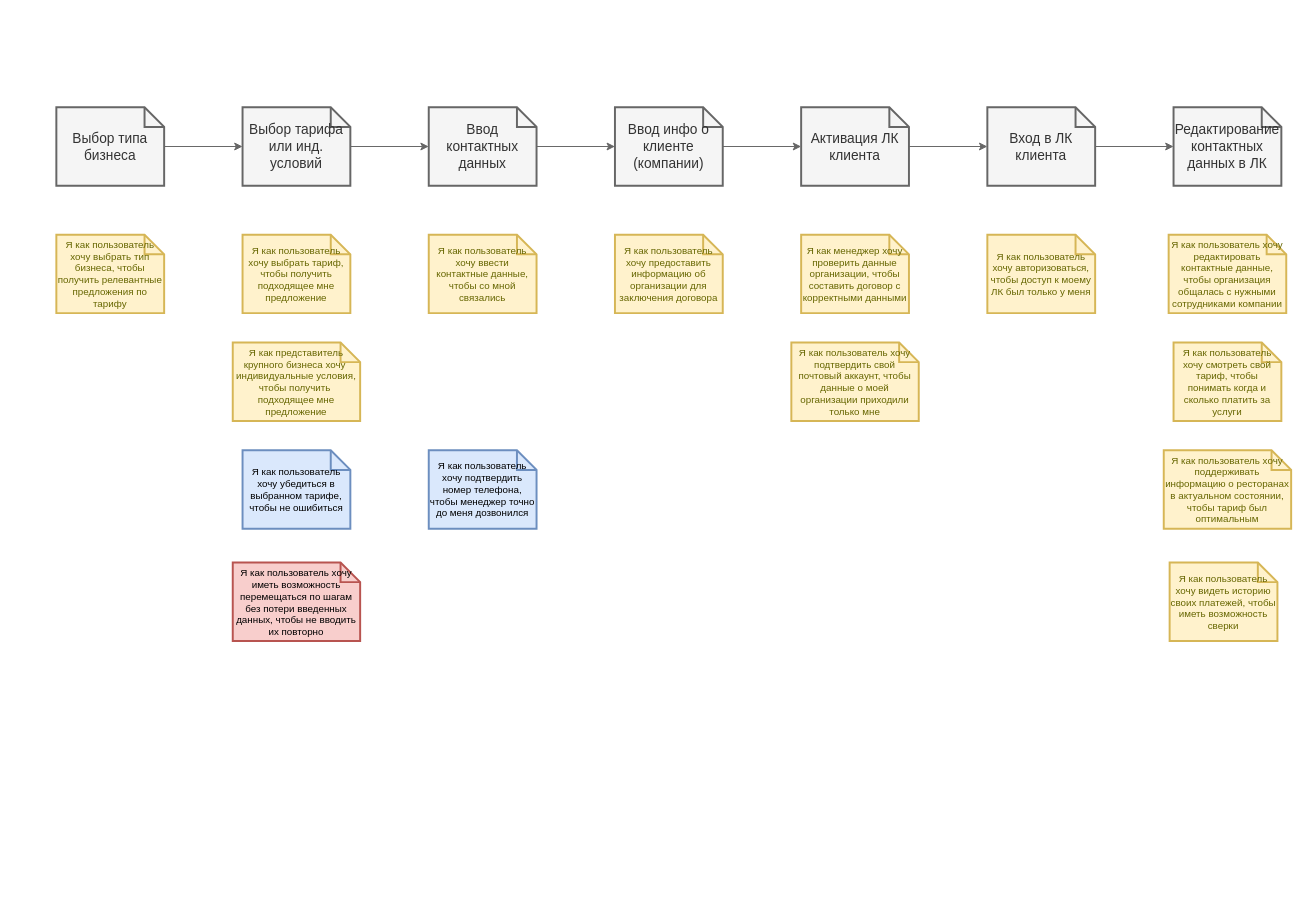
indeec05/course__final keeps this draw.io diagram as src/Untitled Diagram.drawio. Above is the earlier version. Source tidied: cells renumbered, new cells numbered last; positions are measured from the earlier drawing's top-left corner, leaving out a move shared by most shapes. Both pictures are drawn from the tidied source at 98%, with x=0, y=0 at pixel (56, 107).
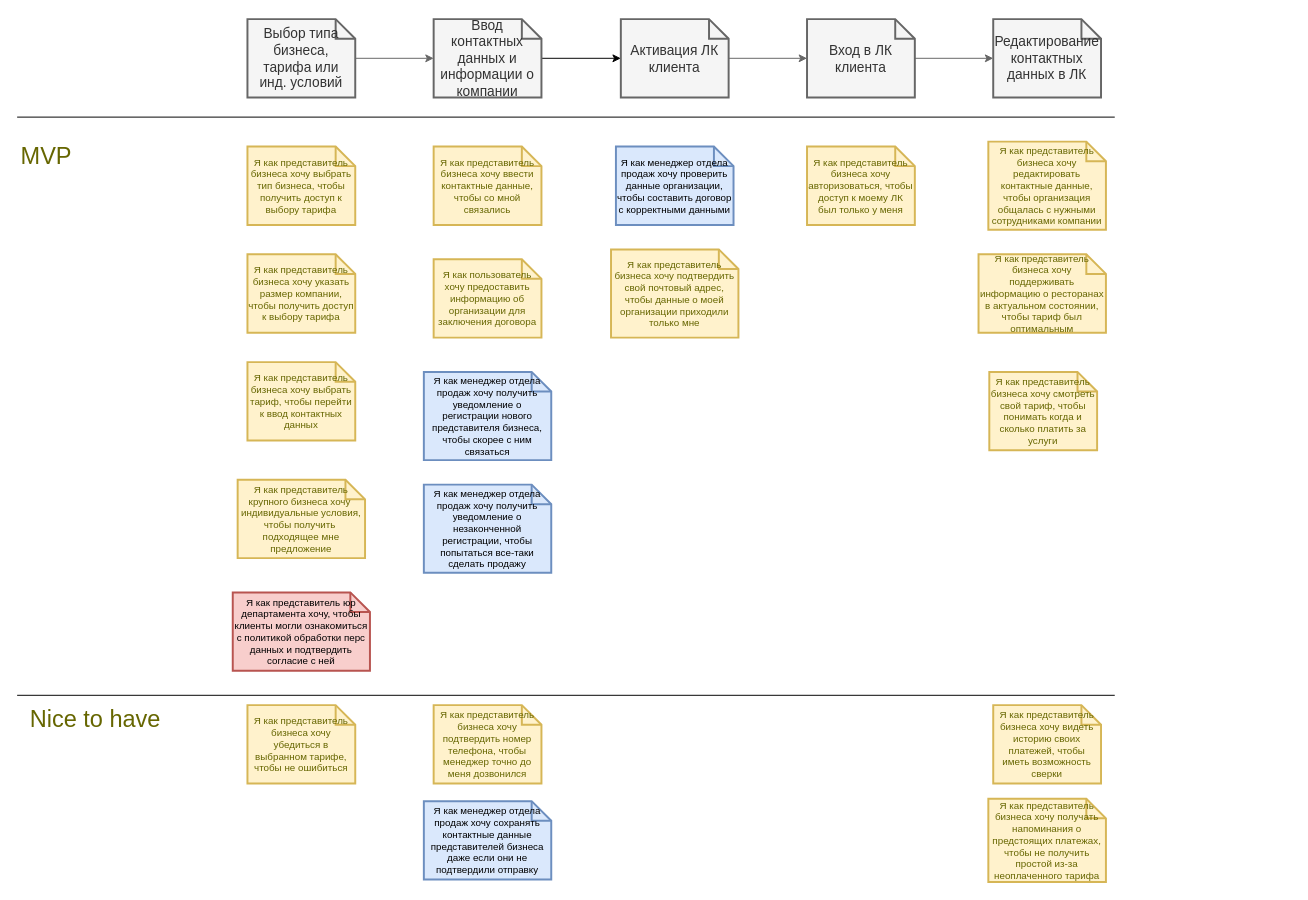
Above is the later version.

What changed in the source:
```diff
@@
-    <mxCell id="2" style="edgeStyle=orthogonalEdgeStyle;rounded=0;jettySize=auto;html=1;fillColor=#f5f5f5;strokeColor=#666666;" parent="1" edge="1" source="3" target="5">
-      <mxGeometry relative="1" as="geometry" />
-    </mxCell>
-    <mxCell id="3" value="Выбор типа бизнеса" style="shape=note;strokeWidth=2;fontSize=14;size=20;whiteSpace=wrap;html=1;fillColor=#f5f5f5;fontColor=#333333;strokeColor=#666666;" parent="1" vertex="1">
-      <mxGeometry width="110" height="80" as="geometry" />
-    </mxCell>
@@
-    <mxCell id="5" value="Выбор тарифа или инд. условий" style="shape=note;strokeWidth=2;fontSize=14;size=20;whiteSpace=wrap;html=1;fillColor=#f5f5f5;fontColor=#333333;strokeColor=#666666;" parent="1" vertex="1">
-      <mxGeometry x="190" width="110" height="80" as="geometry" />
+    <mxCell id="5" value="Выбор типа бизнеса, тарифа или инд. условий" style="shape=note;strokeWidth=2;fontSize=14;size=20;whiteSpace=wrap;html=1;fillColor=#f5f5f5;fontColor=#333333;strokeColor=#666666;" parent="1" vertex="1">
+      <mxGeometry x="195" y="-90" width="110" height="80" as="geometry" />
     </mxCell>
-    <mxCell id="6" style="edgeStyle=orthogonalEdgeStyle;rounded=0;jettySize=auto;html=1;fillColor=#f5f5f5;strokeColor=#666666;" parent="1" edge="1" source="7" target="9">
-      <mxGeometry relative="1" as="geometry" />
-    </mxCell>
+    <mxCell id="30" style="edgeStyle=orthogonalEdgeStyle;rounded=0;jettySize=auto;html=1;entryX=0;entryY=0.5;entryDx=0;entryDy=0;entryPerimeter=0;" parent="1" edge="1" source="7" target="11">
+      <mxGeometry relative="1" as="geometry" />
+    </mxCell>
-    <mxCell id="7" value="Ввод контактных данных" style="shape=note;strokeWidth=2;fontSize=14;size=20;whiteSpace=wrap;html=1;fillColor=#f5f5f5;fontColor=#333333;strokeColor=#666666;" parent="1" vertex="1">
-      <mxGeometry x="380" width="110" height="80" as="geometry" />
+    <mxCell id="7" value="Ввод контактных данных и информации о компании" style="shape=note;strokeWidth=2;fontSize=14;size=20;whiteSpace=wrap;html=1;fillColor=#f5f5f5;fontColor=#333333;strokeColor=#666666;" parent="1" vertex="1">
+      <mxGeometry x="385" y="-90" width="110" height="80" as="geometry" />
     </mxCell>
-    <mxCell id="8" style="edgeStyle=orthogonalEdgeStyle;rounded=0;jettySize=auto;html=1;fillColor=#f5f5f5;strokeColor=#666666;" parent="1" edge="1" source="9" target="11">
-      <mxGeometry relative="1" as="geometry" />
-    </mxCell>
-    <mxCell id="9" value="Ввод инфо о клиенте (компании)" style="shape=note;strokeWidth=2;fontSize=14;size=20;whiteSpace=wrap;html=1;fillColor=#f5f5f5;fontColor=#333333;strokeColor=#666666;" parent="1" vertex="1">
-      <mxGeometry x="570" width="110" height="80" as="geometry" />
-    </mxCell>
@@
     <mxCell id="11" value="Активация ЛК клиента" style="shape=note;strokeWidth=2;fontSize=14;size=20;whiteSpace=wrap;html=1;fillColor=#f5f5f5;fontColor=#333333;strokeColor=#666666;" parent="1" vertex="1">
-      <mxGeometry x="760" width="110" height="80" as="geometry" />
+      <mxGeometry x="576" y="-90" width="110" height="80" as="geometry" />
     </mxCell>
@@
     <mxCell id="13" value="Вход в ЛК клиента" style="shape=note;strokeWidth=2;fontSize=14;size=20;whiteSpace=wrap;html=1;fillColor=#f5f5f5;fontColor=#333333;strokeColor=#666666;" parent="1" vertex="1">
-      <mxGeometry x="950" width="110" height="80" as="geometry" />
+      <mxGeometry x="766" y="-90" width="110" height="80" as="geometry" />
     </mxCell>
     <mxCell id="14" value="Редактирование контактных данных в ЛК" style="shape=note;strokeWidth=2;fontSize=14;size=20;whiteSpace=wrap;html=1;fillColor=#f5f5f5;fontColor=#333333;strokeColor=#666666;" parent="1" vertex="1">
-      <mxGeometry x="1140" width="110" height="80" as="geometry" />
+      <mxGeometry x="956" y="-90" width="110" height="80" as="geometry" />
     </mxCell>
-    <mxCell id="15" value="Я как пользователь хочу выбрать тип бизнеса, чтобы получить релевантные предложения по тарифу" style="shape=note;strokeWidth=2;fontSize=10;size=20;whiteSpace=wrap;html=1;fillColor=#fff2cc;strokeColor=#d6b656;fontColor=#666600;" parent="1" vertex="1">
-      <mxGeometry y="130" width="110" height="80" as="geometry" />
+    <mxCell id="15" value="Я как представитель бизнеса хочу выбрать тип бизнеса, чтобы получить доступ к выбору тарифа" style="shape=note;strokeWidth=2;fontSize=10;size=20;whiteSpace=wrap;html=1;fillColor=#fff2cc;strokeColor=#d6b656;fontColor=#666600;" parent="1" vertex="1">
+      <mxGeometry x="195" y="40" width="110" height="80" as="geometry" />
     </mxCell>
-    <mxCell id="16" value="Я как пользователь хочу выбрать тариф, чтобы получить подходящее мне предложение&lt;br style=&quot;font-size: 10px;&quot;&gt;" style="shape=note;strokeWidth=2;fontSize=10;size=20;whiteSpace=wrap;fillColor=#fff2cc;strokeColor=#d6b656;fontColor=#666600;html=1;" parent="1" vertex="1">
-      <mxGeometry x="190" y="130" width="110" height="80" as="geometry" />
+    <mxCell id="16" value="Я как представитель бизнеса хочу указать размер компании, чтобы получить доступ к выбору тарифа" style="shape=note;strokeWidth=2;fontSize=10;size=20;whiteSpace=wrap;fillColor=#fff2cc;strokeColor=#d6b656;fontColor=#666600;html=1;" parent="1" vertex="1">
+      <mxGeometry x="195" y="150" width="110" height="80" as="geometry" />
     </mxCell>
     <mxCell id="17" value="Я как представитель крупного бизнеса хочу&amp;nbsp; индивидуальные условия, чтобы получить&amp;nbsp; подходящее мне предложение&lt;br style=&quot;font-size: 10px;&quot;&gt;" style="shape=note;strokeWidth=2;fontSize=10;size=20;fillColor=#fff2cc;strokeColor=#d6b656;fontColor=#666600;whiteSpace=wrap;html=1;" parent="1" vertex="1">
-      <mxGeometry x="180" y="240" width="130" height="80" as="geometry" />
+      <mxGeometry x="185" y="380" width="130" height="80" as="geometry" />
     </mxCell>
-    <mxCell id="18" value="Я как пользователь хочу убедиться в выбранном тарифе, чтобы не ошибиться" style="shape=note;strokeWidth=2;fontSize=10;size=20;fillColor=#dae8fc;strokeColor=#6c8ebf;whiteSpace=wrap;html=1;" parent="1" vertex="1">
-      <mxGeometry x="190" y="350" width="110" height="80" as="geometry" />
+    <mxCell id="18" value="Я как представитель бизнеса хочу убедиться в выбранном тарифе, чтобы не ошибиться" style="shape=note;strokeWidth=2;fontSize=10;size=20;fillColor=#fff2cc;strokeColor=#d6b656;whiteSpace=wrap;html=1;fontColor=#666600;" parent="1" vertex="1">
+      <mxGeometry x="195" y="610" width="110" height="80" as="geometry" />
     </mxCell>
-    <mxCell id="19" value="Я как пользователь хочу ввести контактные данные, чтобы со мной связались" style="shape=note;strokeWidth=2;fontSize=10;size=20;whiteSpace=wrap;fillColor=#fff2cc;strokeColor=#d6b656;fontColor=#666600;html=1;" parent="1" vertex="1">
-      <mxGeometry x="380" y="130" width="110" height="80" as="geometry" />
+    <mxCell id="19" value="Я как представитель бизнеса хочу ввести контактные данные, чтобы со мной связались" style="shape=note;strokeWidth=2;fontSize=10;size=20;whiteSpace=wrap;fillColor=#fff2cc;strokeColor=#d6b656;fontColor=#666600;html=1;" parent="1" vertex="1">
+      <mxGeometry x="385" y="40" width="110" height="80" as="geometry" />
     </mxCell>
-    <mxCell id="20" value="Я как пользователь хочу подтвердить номер телефона, чтобы менеджер точно до меня дозвонился" style="shape=note;strokeWidth=2;fontSize=10;size=20;fillColor=#dae8fc;strokeColor=#6c8ebf;whiteSpace=wrap;html=1;" parent="1" vertex="1">
-      <mxGeometry x="380" y="350" width="110" height="80" as="geometry" />
+    <mxCell id="20" value="Я как представитель бизнеса хочу подтвердить номер телефона, чтобы менеджер точно до меня дозвонился" style="shape=note;strokeWidth=2;fontSize=10;size=20;fillColor=#fff2cc;strokeColor=#d6b656;whiteSpace=wrap;html=1;fontColor=#666600;" parent="1" vertex="1">
+      <mxGeometry x="385" y="610" width="110" height="80" as="geometry" />
     </mxCell>
     <mxCell id="21" value="Я как пользователь хочу предоставить информацию об организации для заключения договора" style="shape=note;strokeWidth=2;fontSize=10;size=20;whiteSpace=wrap;fillColor=#fff2cc;strokeColor=#d6b656;fontColor=#666600;html=1;" parent="1" vertex="1">
-      <mxGeometry x="570" y="130" width="110" height="80" as="geometry" />
+      <mxGeometry x="385" y="155" width="110" height="80" as="geometry" />
     </mxCell>
-    <mxCell id="22" value="Я как пользователь хочу подтвердить свой почтовый аккаунт, чтобы данные о моей организации приходили только мне" style="shape=note;strokeWidth=2;fontSize=10;size=20;whiteSpace=wrap;fillColor=#fff2cc;strokeColor=#d6b656;fontColor=#666600;html=1;" parent="1" vertex="1">
-      <mxGeometry x="750" y="240" width="130" height="80" as="geometry" />
+    <mxCell id="22" value="Я как представитель бизнеса хочу подтвердить свой почтовый адрес, чтобы данные о моей организации приходили только мне" style="shape=note;strokeWidth=2;fontSize=10;size=20;whiteSpace=wrap;fillColor=#fff2cc;strokeColor=#d6b656;fontColor=#666600;html=1;" parent="1" vertex="1">
+      <mxGeometry x="566" y="145" width="130" height="90" as="geometry" />
     </mxCell>
-    <mxCell id="23" value="Я как пользователь хочу авторизоваться, чтобы доступ к моему ЛК был только у меня" style="shape=note;strokeWidth=2;fontSize=10;size=20;whiteSpace=wrap;fillColor=#fff2cc;strokeColor=#d6b656;fontColor=#666600;html=1;" parent="1" vertex="1">
-      <mxGeometry x="950" y="130" width="110" height="80" as="geometry" />
+    <mxCell id="23" value="Я как представитель бизнеса хочу авторизоваться, чтобы доступ к моему ЛК был только у меня" style="shape=note;strokeWidth=2;fontSize=10;size=20;whiteSpace=wrap;fillColor=#fff2cc;strokeColor=#d6b656;fontColor=#666600;html=1;" parent="1" vertex="1">
+      <mxGeometry x="766" y="40" width="110" height="80" as="geometry" />
     </mxCell>
-    <mxCell id="24" value="Я как пользователь хочу иметь возможность перемещаться по шагам без потери введенных данных, чтобы не вводить их повторно" style="shape=note;strokeWidth=2;fontSize=10;size=20;fillColor=#f8cecc;strokeColor=#b85450;whiteSpace=wrap;html=1;" parent="1" vertex="1">
-      <mxGeometry x="180" y="464.5" width="130" height="80" as="geometry" />
+    <mxCell id="24" value="Я как менеджер отдела продаж хочу сохранять контактные данные представителей бизнеса даже если они не подтвердили отправку" style="shape=note;strokeWidth=2;fontSize=10;size=20;fillColor=#dae8fc;strokeColor=#6c8ebf;whiteSpace=wrap;html=1;" parent="1" vertex="1">
+      <mxGeometry x="375" y="708" width="130" height="80" as="geometry" />
     </mxCell>
-    <mxCell id="25" value="Я как пользователь хочу редактировать контактные данные, чтобы организация общалась с нужными сотрудниками компании" style="shape=note;strokeWidth=2;fontSize=10;size=20;whiteSpace=wrap;fillColor=#fff2cc;strokeColor=#d6b656;fontColor=#666600;html=1;" parent="1" vertex="1">
-      <mxGeometry x="1135" y="130" width="120" height="80" as="geometry" />
+    <mxCell id="25" value="Я как представитель бизнеса хочу редактировать контактные данные, чтобы организация общалась с нужными сотрудниками компании" style="shape=note;strokeWidth=2;fontSize=10;size=20;whiteSpace=wrap;fillColor=#fff2cc;strokeColor=#d6b656;fontColor=#666600;html=1;" parent="1" vertex="1">
+      <mxGeometry x="951" y="35" width="120" height="90" as="geometry" />
     </mxCell>
-    <mxCell id="26" value="Я как менеджер хочу проверить данные организации, чтобы составить договор с корректными данными" style="shape=note;strokeWidth=2;fontSize=10;size=20;whiteSpace=wrap;fillColor=#fff2cc;strokeColor=#d6b656;fontColor=#666600;html=1;" parent="1" vertex="1">
-      <mxGeometry x="760" y="130" width="110" height="80" as="geometry" />
+    <mxCell id="26" value="Я как менеджер отдела продаж хочу проверить данные организации, чтобы составить договор с корректными данными" style="shape=note;strokeWidth=2;fontSize=10;size=20;whiteSpace=wrap;fillColor=#dae8fc;strokeColor=#6c8ebf;html=1;" parent="1" vertex="1">
+      <mxGeometry x="571" y="40" width="120" height="80" as="geometry" />
     </mxCell>
-    <mxCell id="27" value="Я как пользователь хочу смотреть свой тариф, чтобы понимать когда и сколько платить за услуги" style="shape=note;strokeWidth=2;fontSize=10;size=20;whiteSpace=wrap;fillColor=#fff2cc;strokeColor=#d6b656;fontColor=#666600;html=1;" parent="1" vertex="1">
-      <mxGeometry x="1140" y="240" width="110" height="80" as="geometry" />
+    <mxCell id="27" value="Я как представитель бизнеса хочу смотреть свой тариф, чтобы понимать когда и сколько платить за услуги" style="shape=note;strokeWidth=2;fontSize=10;size=20;whiteSpace=wrap;fillColor=#fff2cc;strokeColor=#d6b656;fontColor=#666600;html=1;" parent="1" vertex="1">
+      <mxGeometry x="952" y="270" width="110" height="80" as="geometry" />
     </mxCell>
-    <mxCell id="28" value="Я как пользователь хочу поддерживать информацию о ресторанах в актуальном состоянии, чтобы тариф был оптимальным" style="shape=note;strokeWidth=2;fontSize=10;size=20;whiteSpace=wrap;fillColor=#fff2cc;strokeColor=#d6b656;fontColor=#666600;html=1;" parent="1" vertex="1">
-      <mxGeometry x="1130" y="350" width="130" height="80" as="geometry" />
+    <mxCell id="28" value="Я как представитель бизнеса хочу поддерживать информацию о ресторанах в актуальном состоянии, чтобы тариф был оптимальным" style="shape=note;strokeWidth=2;fontSize=10;size=20;whiteSpace=wrap;fillColor=#fff2cc;strokeColor=#d6b656;fontColor=#666600;html=1;" parent="1" vertex="1">
+      <mxGeometry x="941" y="150" width="130" height="80" as="geometry" />
     </mxCell>
-    <mxCell id="29" value="Я как пользователь хочу видеть историю своих платежей, чтобы иметь возможность сверки" style="shape=note;strokeWidth=2;fontSize=10;size=20;whiteSpace=wrap;fillColor=#fff2cc;strokeColor=#d6b656;fontColor=#666600;html=1;" parent="1" vertex="1">
-      <mxGeometry x="1136" y="464.5" width="110" height="80" as="geometry" />
+    <mxCell id="29" value="Я как представитель бизнеса хочу видеть историю своих платежей, чтобы иметь возможность сверки" style="shape=note;strokeWidth=2;fontSize=10;size=20;whiteSpace=wrap;fillColor=#fff2cc;strokeColor=#d6b656;fontColor=#666600;html=1;" parent="1" vertex="1">
+      <mxGeometry x="956" y="610" width="110" height="80" as="geometry" />
     </mxCell>
+    <mxCell id="31" value="Я как представитель юр департамента хочу, чтобы клиенты могли ознакомиться с политикой обработки перс данных и подтвердить согласие с ней" style="shape=note;strokeWidth=2;fontSize=10;size=20;whiteSpace=wrap;html=1;fillColor=#f8cecc;strokeColor=#b85450;" parent="1" vertex="1">
+      <mxGeometry x="180" y="495" width="140" height="80" as="geometry" />
+    </mxCell>
+    <mxCell id="32" value="Я как представитель бизнеса хочу выбрать тариф, чтобы перейти к ввод контактных данных" style="shape=note;strokeWidth=2;fontSize=10;size=20;whiteSpace=wrap;fillColor=#fff2cc;strokeColor=#d6b656;fontColor=#666600;html=1;" parent="1" vertex="1">
+      <mxGeometry x="195" y="260" width="110" height="80" as="geometry" />
+    </mxCell>
+    <mxCell id="33" value="Я как менеджер отдела продаж хочу получить уведомление о регистрации нового представителя бизнеса, чтобы скорее с ним связаться" style="shape=note;strokeWidth=2;fontSize=10;size=20;fillColor=#dae8fc;strokeColor=#6c8ebf;whiteSpace=wrap;html=1;" parent="1" vertex="1">
+      <mxGeometry x="375" y="270" width="130" height="90" as="geometry" />
+    </mxCell>
+    <mxCell id="34" value="Я как менеджер отдела продаж хочу получить уведомление о незаконченной регистрации, чтобы попытаться все-таки сделать продажу" style="shape=note;strokeWidth=2;fontSize=10;size=20;fillColor=#dae8fc;strokeColor=#6c8ebf;whiteSpace=wrap;html=1;" parent="1" vertex="1">
+      <mxGeometry x="375" y="385" width="130" height="90" as="geometry" />
+    </mxCell>
+    <mxCell id="35" value="Я как представитель бизнеса хочу получать напоминания о предстоящих платежах, чтобы не получить простой из-за неоплаченного тарифа" style="shape=note;strokeWidth=2;fontSize=10;size=20;whiteSpace=wrap;fillColor=#fff2cc;strokeColor=#d6b656;fontColor=#666600;html=1;" parent="1" vertex="1">
+      <mxGeometry x="951" y="705.5" width="120" height="85" as="geometry" />
+    </mxCell>
+    <mxCell id="36" value="MVP" style="text;html=1;strokeColor=none;fillColor=none;align=center;verticalAlign=middle;whiteSpace=wrap;rounded=0;fontColor=#666600;fontSize=24;" parent="1" vertex="1">
+      <mxGeometry x="-40" y="35" width="60" height="30" as="geometry" />
+    </mxCell>
+    <mxCell id="37" value="Nice to have" style="text;html=1;strokeColor=none;fillColor=none;align=center;verticalAlign=middle;whiteSpace=wrap;rounded=0;fontColor=#666600;fontSize=24;" parent="1" vertex="1">
+      <mxGeometry x="-40" y="610" width="160" height="30" as="geometry" />
+    </mxCell>
+    <mxCell id="38" style="endArrow=none;html=1;rounded=0;" parent="1" edge="1">
+      <mxGeometry relative="1" as="geometry">
+        <mxPoint x="-40" y="10" as="sourcePoint" />
+        <mxPoint x="1080" y="10" as="targetPoint" />
+      </mxGeometry>
+    </mxCell>
+    <mxCell id="39" style="endArrow=none;html=1;rounded=0;" parent="1" edge="1">
+      <mxGeometry relative="1" as="geometry">
+        <mxPoint x="-40" y="600" as="sourcePoint" />
+        <mxPoint x="1080" y="600" as="targetPoint" />
+      </mxGeometry>
+    </mxCell>
```
